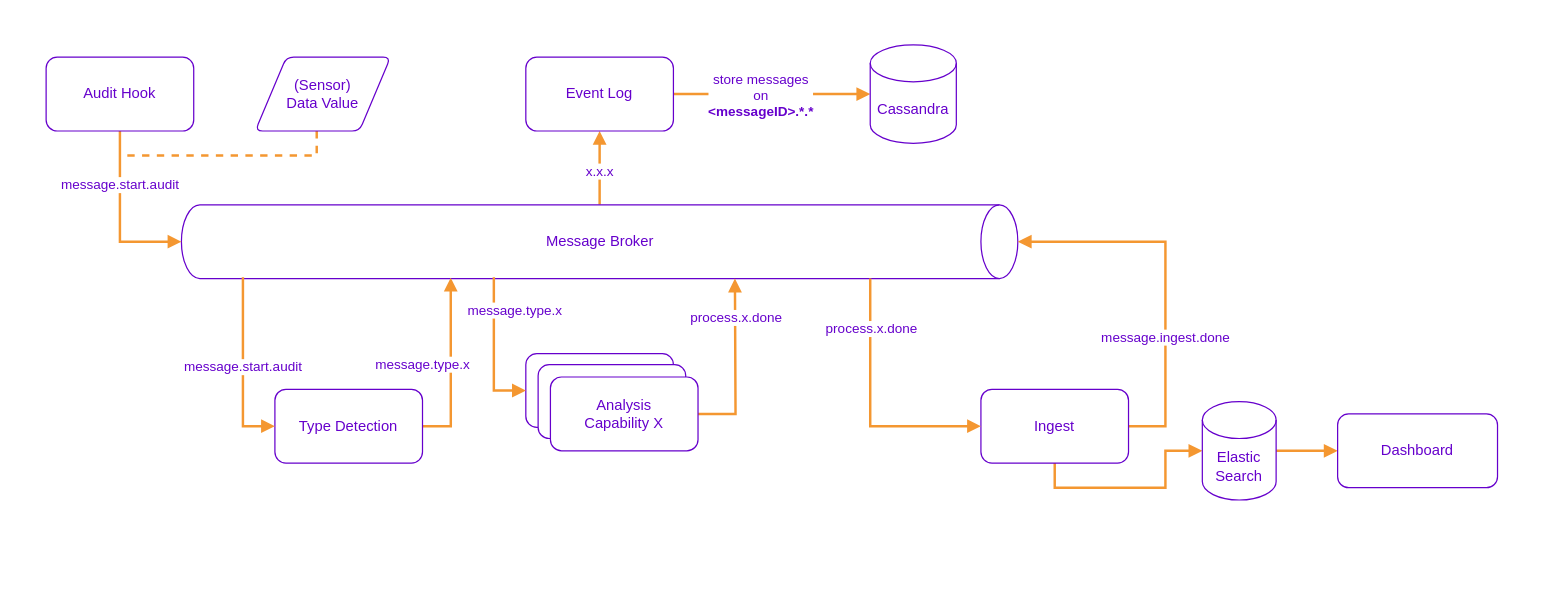
The draw.io diagram page "Page-2" (2 of 2) of rabbit_connections.drawio in gullskatten/BPMN-models, before the edit. Source tidied: cells renumbered, new cells numbered last; positions are measured from the earlier drawing's top-left corner, leaving out a move shared by most shapes. Both pictures are drawn from the tidied source at 123%, with x=0, y=0 at pixel (21, -177).
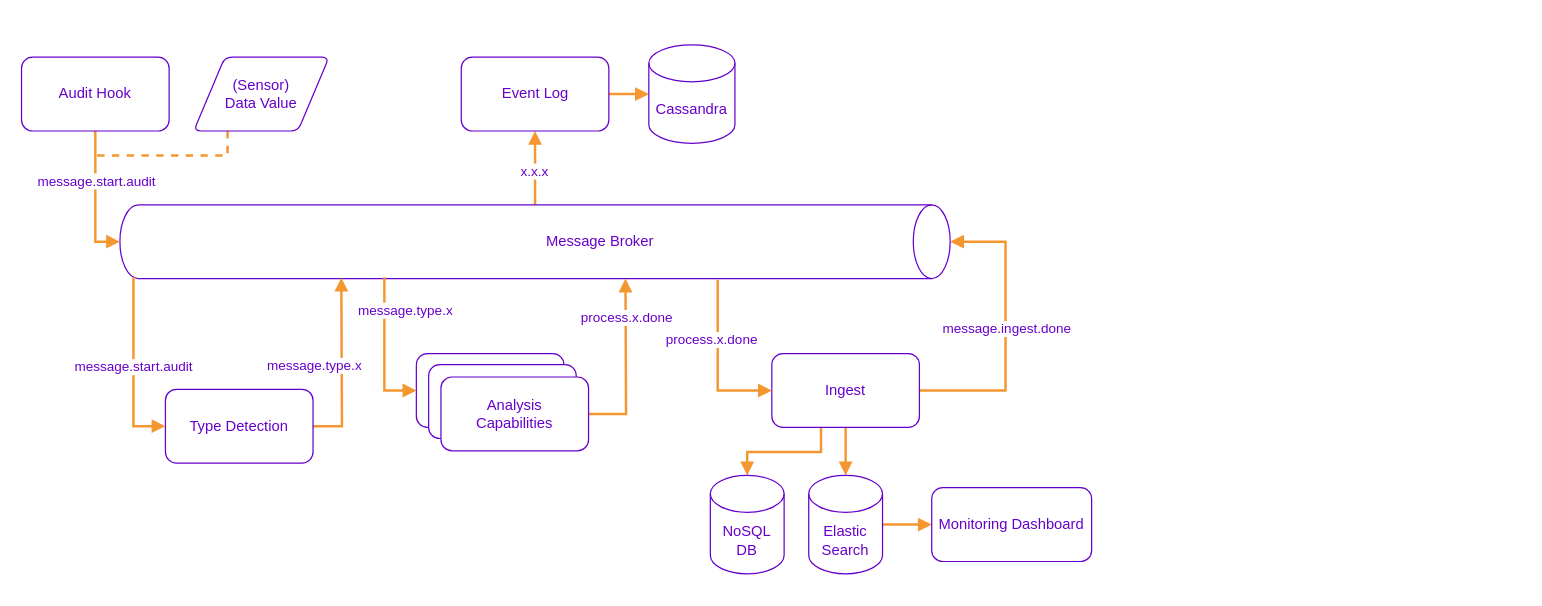
The same page after the edit.

Unchanged cells that the change refers to:
```xml
<mxCell id="25" style="edgeStyle=orthogonalEdgeStyle;rounded=0;jettySize=auto;html=1;fontColor=#6600CC;endArrow=block;endFill=1;strokeColor=#F49731;strokeWidth=2;entryX=0;entryY=0.5;entryDx=0;entryDy=0;entryPerimeter=0;" parent="1" edge="1" source="27" target="28">
  <mxGeometry relative="1" as="geometry" />
</mxCell>
<mxCell id="32" style="edgeStyle=orthogonalEdgeStyle;rounded=0;jettySize=auto;html=1;entryX=0.5;entryY=1;entryDx=0;entryDy=0;entryPerimeter=0;fontColor=#6600CC;endArrow=block;endFill=1;strokeColor=#F49731;strokeWidth=2;" parent="1" edge="1" source="34" target="5">
  <mxGeometry relative="1" as="geometry" />
</mxCell>
```

What changed in the source:
```diff
@@
     <mxCell id="2" style="rounded=0;whiteSpace=wrap;html=1;fontColor=#6600CC;strokeColor=none;fillColor=#FFFFFF;" parent="1" vertex="1">
-      <mxGeometry y="161" width="1220" height="389" as="geometry" />
+      <mxGeometry y="170" width="870" height="450" as="geometry" />
     </mxCell>
@@
     <mxCell id="5" style="shape=cylinder3;whiteSpace=wrap;html=1;boundedLbl=1;backgroundOutline=1;size=15;fontColor=#663300;strokeColor=#6600CC;rotation=90;fillColor=#FFFFFF;" parent="1" vertex="1">
-      <mxGeometry x="440" width="60" height="680" as="geometry" />
+      <mxGeometry x="387.5" y="2.5" width="60" height="675" as="geometry" />
     </mxCell>
@@
-    <mxCell id="7" style="edgeStyle=orthogonalEdgeStyle;rounded=0;jettySize=auto;html=1;entryX=0.988;entryY=0.678;entryDx=0;entryDy=0;entryPerimeter=0;fontColor=#6600CC;endArrow=block;endFill=1;strokeColor=#F49731;strokeWidth=2;exitX=1;exitY=0.5;exitDx=0;exitDy=0;" parent="1" edge="1" source="9" target="5">
-      <mxGeometry relative="1" as="geometry" />
+    <mxCell id="7" style="edgeStyle=orthogonalEdgeStyle;rounded=0;jettySize=auto;html=1;entryX=0.988;entryY=0.678;entryDx=0;entryDy=0;entryPerimeter=0;fontColor=#6600CC;endArrow=block;endFill=1;strokeColor=#F49731;strokeWidth=2;exitX=1;exitY=0.5;exitDx=0;exitDy=0;" parent="1" edge="1" source="9">
+      <mxGeometry relative="1" as="geometry">
+        <mxPoint x="260" y="369.3" as="targetPoint" />
+      </mxGeometry>
     </mxCell>
@@
     <mxCell id="9" value="&lt;font color=&quot;#6600cc&quot;&gt;Type Detection&lt;/font&gt;" style="rounded=1;whiteSpace=wrap;html=1;fontColor=#663300;strokeColor=#6600CC;fillColor=#FFFFFF;" parent="1" vertex="1">
-      <mxGeometry x="206" y="460" width="120" height="60" as="geometry" />
+      <mxGeometry x="117" y="460" width="120" height="60" as="geometry" />
     </mxCell>
     <mxCell id="10" style="endArrow=block;html=1;rounded=0;fontColor=#6600CC;strokeColor=#F49731;strokeWidth=2;endFill=1;entryX=0;entryY=0.5;entryDx=0;entryDy=0;edgeStyle=orthogonalEdgeStyle;" parent="1" edge="1" target="9">
       <mxGeometry relative="1" as="geometry">
-        <mxPoint x="180" y="369" as="sourcePoint" />
+        <mxPoint x="91" y="369" as="sourcePoint" />
         <Array as="points">
-          <mxPoint x="180" y="369" />
-          <mxPoint x="180" y="460" />
+          <mxPoint x="91" y="369" />
+          <mxPoint x="91" y="460" />
         </Array>
       </mxGeometry>
     </mxCell>
@@
     <mxCell id="12" style="rounded=1;whiteSpace=wrap;html=1;fontColor=#663300;strokeColor=#6600CC;fillColor=#FFFFFF;" parent="1" vertex="1">
-      <mxGeometry x="410" y="431" width="120" height="60" as="geometry" />
+      <mxGeometry x="321" y="431" width="120" height="60" as="geometry" />
     </mxCell>
     <mxCell id="13" style="rounded=1;whiteSpace=wrap;html=1;fontColor=#663300;strokeColor=#6600CC;fillColor=#FFFFFF;" parent="1" vertex="1">
-      <mxGeometry x="420" y="440" width="120" height="60" as="geometry" />
+      <mxGeometry x="331" y="440" width="120" height="60" as="geometry" />
     </mxCell>
     <mxCell id="14" style="edgeStyle=orthogonalEdgeStyle;rounded=0;jettySize=auto;html=1;fontColor=#6600CC;endArrow=block;endFill=1;strokeColor=#F49731;strokeWidth=2;" parent="1" edge="1" source="16">
       <mxGeometry relative="1" as="geometry">
-        <mxPoint x="580" y="370" as="targetPoint" />
+        <mxPoint x="491" y="370" as="targetPoint" />
       </mxGeometry>
     </mxCell>
@@
-    <mxCell id="16" value="&lt;font color=&quot;#6600cc&quot;&gt;Analysis&lt;br&gt;Capability X&lt;/font&gt;" style="rounded=1;whiteSpace=wrap;html=1;fontColor=#663300;strokeColor=#6600CC;fillColor=#FFFFFF;" parent="1" vertex="1">
-      <mxGeometry x="430" y="450" width="120" height="60" as="geometry" />
+    <mxCell id="16" value="&lt;font color=&quot;#6600cc&quot;&gt;Analysis&lt;br&gt;Capabilities&lt;/font&gt;" style="rounded=1;whiteSpace=wrap;html=1;fontColor=#663300;strokeColor=#6600CC;fillColor=#FFFFFF;" parent="1" vertex="1">
+      <mxGeometry x="341" y="450" width="120" height="60" as="geometry" />
     </mxCell>
     <mxCell id="17" style="endArrow=block;html=1;rounded=0;fontColor=#6600CC;strokeColor=#F49731;strokeWidth=2;endFill=1;exitX=0.983;exitY=0.884;exitDx=0;exitDy=0;exitPerimeter=0;entryX=0;entryY=0.5;entryDx=0;entryDy=0;edgeStyle=orthogonalEdgeStyle;" parent="1" edge="1" target="12">
       <mxGeometry relative="1" as="geometry">
-        <mxPoint x="385" y="370" as="sourcePoint" />
+        <mxPoint x="296" y="370" as="sourcePoint" />
         <Array as="points">
-          <mxPoint x="384" y="370" />
-          <mxPoint x="384" y="461" />
+          <mxPoint x="295" y="370" />
+          <mxPoint x="295" y="461" />
         </Array>
       </mxGeometry>
     </mxCell>
@@
-    <mxCell id="19" style="edgeStyle=orthogonalEdgeStyle;rounded=0;jettySize=auto;html=1;entryX=0;entryY=0.5;entryDx=0;entryDy=0;entryPerimeter=0;fontColor=#6600CC;endArrow=block;endFill=1;strokeColor=#F49731;strokeWidth=2;exitX=0.5;exitY=1;exitDx=0;exitDy=0;" parent="1" edge="1" source="22" target="30">
+    <mxCell id="19" style="edgeStyle=orthogonalEdgeStyle;rounded=0;jettySize=auto;html=1;entryX=0.5;entryY=0;entryDx=0;entryDy=0;entryPerimeter=0;fontColor=#6600CC;endArrow=block;endFill=1;strokeColor=#F49731;strokeWidth=2;exitX=0.5;exitY=1;exitDx=0;exitDy=0;" parent="1" edge="1" source="22" target="30">
       <mxGeometry relative="1" as="geometry" />
     </mxCell>
     <mxCell id="20" style="edgeStyle=orthogonalEdgeStyle;rounded=0;jettySize=auto;html=1;entryX=0.5;entryY=0;entryDx=0;entryDy=0;entryPerimeter=0;fontColor=#6600CC;endArrow=block;endFill=1;strokeColor=#F49731;strokeWidth=2;exitX=1;exitY=0.5;exitDx=0;exitDy=0;" parent="1" edge="1" source="22" target="5">
       <mxGeometry relative="1" as="geometry">
         <Array as="points">
-          <mxPoint x="930" y="490" />
-          <mxPoint x="930" y="340" />
+          <mxPoint x="800" y="461" />
+          <mxPoint x="800" y="340" />
         </Array>
       </mxGeometry>
     </mxCell>
     <mxCell id="21" value="message.ingest.done" style="edgeLabel;html=1;align=center;verticalAlign=middle;fontColor=#6600CC;" parent="20" vertex="1">
       <mxGeometry x="-0.88" y="1" relative="1" as="geometry">
-        <mxPoint x="11" y="-72" as="offset" />
+        <mxPoint x="56" y="-50" as="offset" />
       </mxGeometry>
     </mxCell>
+    <mxCell id="37" style="edgeStyle=orthogonalEdgeStyle;rounded=0;jettySize=auto;html=1;entryX=0.5;entryY=0;entryDx=0;entryDy=0;entryPerimeter=0;fontColor=#6600CC;endArrow=block;endFill=1;strokeColor=#F49731;strokeWidth=2;" parent="1" edge="1" source="22" target="38">
+      <mxGeometry relative="1" as="geometry">
+        <Array as="points">
+          <mxPoint x="650" y="511" />
+          <mxPoint x="590" y="511" />
+        </Array>
+      </mxGeometry>
+    </mxCell>
     <mxCell id="22" value="&lt;font color=&quot;#6600cc&quot;&gt;Ingest&lt;/font&gt;" style="rounded=1;whiteSpace=wrap;html=1;fontColor=#663300;strokeColor=#6600CC;fillColor=#FFFFFF;" parent="1" vertex="1">
-      <mxGeometry x="780" y="460" width="120" height="60" as="geometry" />
+      <mxGeometry x="610" y="431" width="120" height="60" as="geometry" />
     </mxCell>
     <mxCell id="23" style="endArrow=block;html=1;rounded=0;fontColor=#6600CC;strokeColor=#F49731;strokeWidth=2;endFill=1;entryX=0;entryY=0.5;entryDx=0;entryDy=0;edgeStyle=orthogonalEdgeStyle;" parent="1" edge="1" target="22">
       <mxGeometry relative="1" as="geometry">
-        <mxPoint x="690" y="370" as="sourcePoint" />
+        <mxPoint x="566" y="371" as="sourcePoint" />
         <Array as="points">
-          <mxPoint x="690" y="370" />
-          <mxPoint x="690" y="461" />
+          <mxPoint x="566" y="461" />
         </Array>
       </mxGeometry>
     </mxCell>
     <mxCell id="24" value="process.x.done" style="edgeLabel;html=1;align=center;verticalAlign=middle;fontColor=#6600CC;" parent="23" vertex="1">
       <mxGeometry x="0.32" relative="1" as="geometry">
-        <mxPoint x="-19" y="-80" as="offset" />
+        <mxPoint x="-6" y="-40" as="offset" />
       </mxGeometry>
     </mxCell>
@@
-    <mxCell id="26" value="store messages&lt;br&gt;on&lt;br&gt;&lt;b&gt;&amp;lt;messageID&amp;gt;.*.*&lt;/b&gt;" style="edgeLabel;html=1;align=center;verticalAlign=middle;fontColor=#6600CC;" parent="25" vertex="1">
-      <mxGeometry x="-0.58" y="-1" relative="1" as="geometry">
-        <mxPoint x="36" y="-1" as="offset" />
-      </mxGeometry>
-    </mxCell>
     <mxCell id="27" value="&lt;font color=&quot;#6600cc&quot;&gt;Event Log&lt;/font&gt;" style="rounded=1;whiteSpace=wrap;html=1;fontColor=#663300;strokeColor=#6600CC;fillColor=#FFFFFF;" parent="1" vertex="1">
-      <mxGeometry x="410" y="190" width="120" height="60" as="geometry" />
+      <mxGeometry x="357.5" y="190" width="120" height="60" as="geometry" />
     </mxCell>
     <mxCell id="28" value="Cassandra" style="shape=cylinder3;whiteSpace=wrap;html=1;boundedLbl=1;backgroundOutline=1;size=15;fontColor=#6600CC;strokeColor=#6600CC;fillColor=#FFFFFF;" parent="1" vertex="1">
-      <mxGeometry x="690" y="180" width="70" height="80" as="geometry" />
+      <mxGeometry x="510" y="180" width="70" height="80" as="geometry" />
     </mxCell>
@@
     <mxCell id="30" value="Elastic&lt;br&gt;Search" style="shape=cylinder3;whiteSpace=wrap;html=1;boundedLbl=1;backgroundOutline=1;size=15;fontColor=#6600CC;strokeColor=#6600CC;fillColor=#FFFFFF;" parent="1" vertex="1">
-      <mxGeometry x="960" y="470" width="60" height="80" as="geometry" />
+      <mxGeometry x="640" y="530" width="60" height="80" as="geometry" />
     </mxCell>
-    <mxCell id="31" value="&lt;font color=&quot;#6600cc&quot;&gt;Dashboard&lt;/font&gt;" style="rounded=1;whiteSpace=wrap;html=1;fontColor=#663300;strokeColor=#6600CC;fillColor=#FFFFFF;" parent="1" vertex="1">
-      <mxGeometry x="1070" y="480" width="130" height="60" as="geometry" />
+    <mxCell id="31" value="&lt;font color=&quot;#6600cc&quot;&gt;Monitoring Dashboard&lt;/font&gt;" style="rounded=1;whiteSpace=wrap;html=1;fontColor=#663300;strokeColor=#6600CC;fillColor=#FFFFFF;" parent="1" vertex="1">
+      <mxGeometry x="740" y="540" width="130" height="60" as="geometry" />
     </mxCell>
@@
     <mxCell id="33" value="message.start.audit" style="edgeLabel;html=1;align=center;verticalAlign=middle;fontColor=#6600CC;" parent="32" vertex="1">
-      <mxGeometry x="-0.38" y="-1" relative="1" as="geometry" />
+      <mxGeometry x="-0.38" y="-1" relative="1" as="geometry">
+        <mxPoint x="1" y="6" as="offset" />
+      </mxGeometry>
     </mxCell>
     <mxCell id="34" value="&lt;font color=&quot;#6600cc&quot;&gt;Audit Hook&lt;/font&gt;" style="rounded=1;whiteSpace=wrap;html=1;fontColor=#663300;strokeColor=#6600CC;fillColor=#FFFFFF;" parent="1" vertex="1">
-      <mxGeometry x="20" y="190" width="120" height="60" as="geometry" />
+      <mxGeometry y="190" width="120" height="60" as="geometry" />
     </mxCell>
-    <mxCell id="35" style="edgeStyle=orthogonalEdgeStyle;rounded=0;jettySize=auto;html=1;fontColor=#6600CC;endArrow=none;endFill=0;strokeColor=#F49731;strokeWidth=2;dashed=1;" parent="1" edge="1" source="36">
+    <mxCell id="35" style="edgeStyle=orthogonalEdgeStyle;rounded=0;jettySize=auto;html=1;fontColor=#6600CC;endArrow=none;endFill=0;strokeColor=#F49731;strokeWidth=2;dashed=1;exitX=0.25;exitY=1;exitDx=0;exitDy=0;" parent="1" edge="1" source="36">
       <mxGeometry relative="1" as="geometry">
-        <mxPoint x="80" y="270" as="targetPoint" />
+        <mxPoint x="60" y="270" as="targetPoint" />
         <Array as="points">
-          <mxPoint x="240" y="270" />
+          <mxPoint x="168" y="270" />
         </Array>
       </mxGeometry>
     </mxCell>
     <mxCell id="36" value="&lt;font color=&quot;#6600cc&quot;&gt;(Sensor)&lt;br&gt;Data Value&lt;/font&gt;" style="shape=parallelogram;html=1;strokeWidth=1;perimeter=parallelogramPerimeter;whiteSpace=wrap;rounded=1;arcSize=12;size=0.23;fontSize=12;fillColor=#FFFFFF;align=center;strokeColor=#6600CC;" parent="1" vertex="1">
-      <mxGeometry x="190" y="190" width="110" height="60" as="geometry" />
+      <mxGeometry x="140" y="190" width="110" height="60" as="geometry" />
     </mxCell>
+    <mxCell id="38" value="NoSQL&lt;br&gt;DB" style="shape=cylinder3;whiteSpace=wrap;html=1;boundedLbl=1;backgroundOutline=1;size=15;fontColor=#6600CC;strokeColor=#6600CC;fillColor=#FFFFFF;" parent="1" vertex="1">
+      <mxGeometry x="560" y="530" width="60" height="80" as="geometry" />
+    </mxCell>
```
